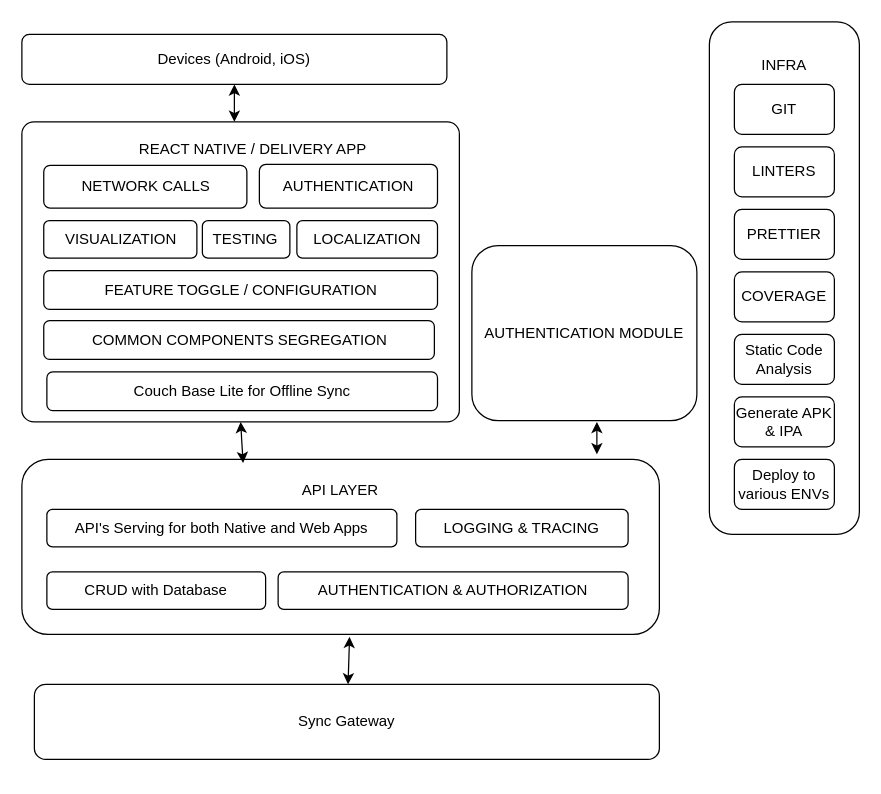
Before: pepsico.drawio in jagatjeevansahoo/draw.io, a draw.io diagram. Source tidied: cells renumbered, new cells numbered last; positions are measured from the earlier drawing's top-left corner, leaving out a move shared by most shapes. Both pictures are drawn from the tidied source at 125%, with x=0, y=0 at pixel (21, 21).
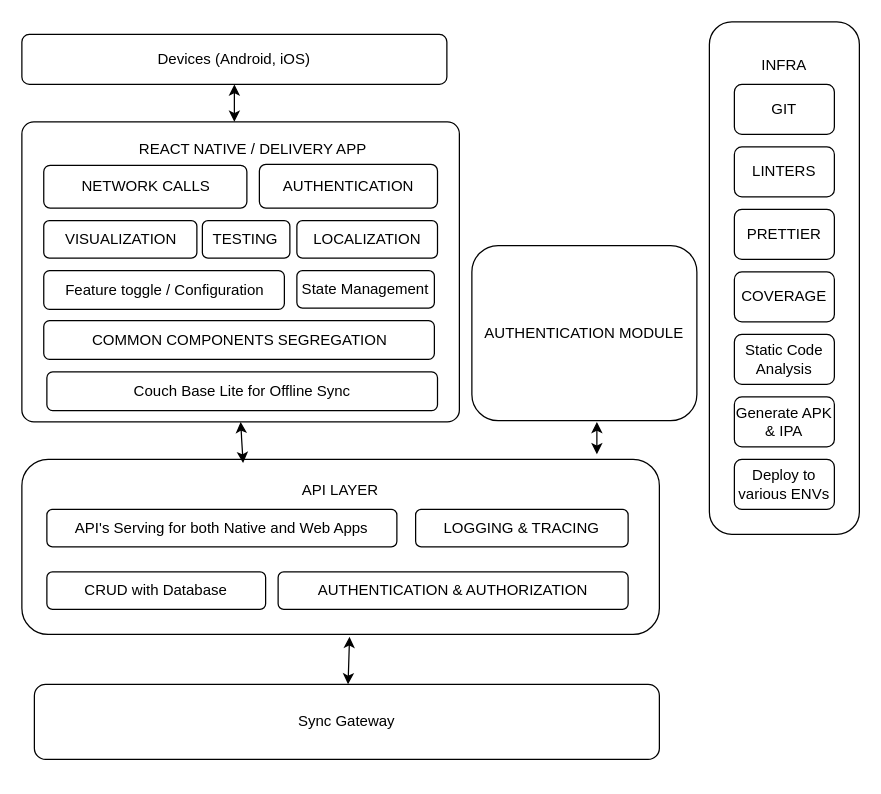
After the change.

The change refers to these unchanged cells:
```xml
<mxCell id="4" style="group;" parent="1" vertex="1">
  <mxGeometry y="80" width="350" height="240" as="geometry" />
</mxCell>
```

Diff of the diagram source:
```diff
@@
-    <mxCell id="12" value="FEATURE TOGGLE / CONFIGURATION" style="rounded=1;whiteSpace=wrap;html=1;" parent="4" vertex="1">
-      <mxGeometry x="17.5" y="119" width="315" height="31" as="geometry" />
+    <mxCell id="12" value="Feature toggle / Configuration" style="rounded=1;whiteSpace=wrap;html=1;" parent="4" vertex="1">
+      <mxGeometry x="17.5" y="119" width="192.5" height="31" as="geometry" />
     </mxCell>
@@
+    <mxCell id="36" value="State Management" style="rounded=1;whiteSpace=wrap;html=1;" parent="4" vertex="1">
+      <mxGeometry x="220" y="119" width="110" height="30" as="geometry" />
+    </mxCell>
```
